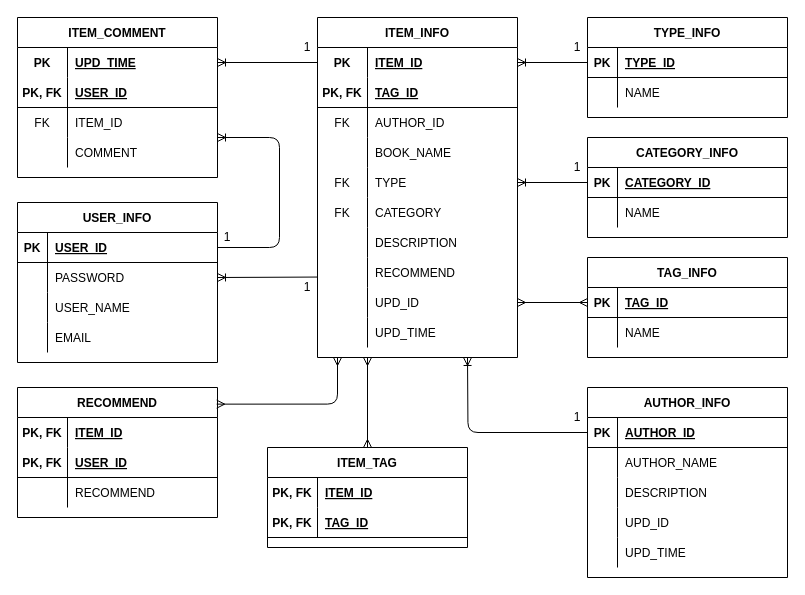
Earlier version of the draw.io diagram ER model.drawio (memorykghs/Recommend-Books-And-Drama). Source tidied: cells renumbered, new cells numbered last; positions are measured from the earlier drawing's top-left corner, leaving out a move shared by most shapes. Both pictures are drawn from the tidied source at 100%, with x=0, y=0 at pixel (17, 17).
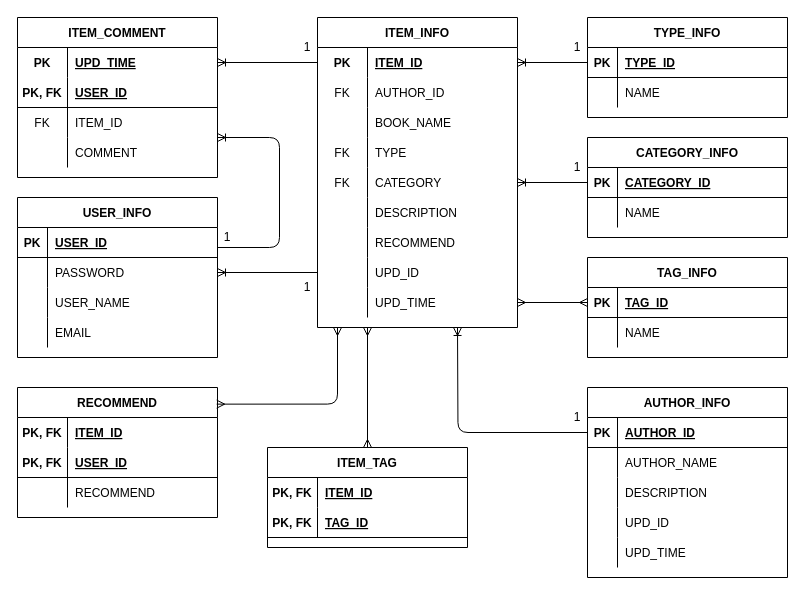
The same page after the edit.

Commit message (it also covers changes not shown here):
20211003 update ER Model and SQL

Unchanged cells that the change refers to:
```xml
<mxCell id="3" style="shape=partialRectangle;fillColor=none;points=[[0,0.5],[1,0.5]];portConstraint=eastwest;top=0;left=0;right=0;bottom=1;" parent="2" vertex="1">
  <mxGeometry y="30" width="200" height="30" as="geometry" />
</mxCell>
<mxCell id="19" style="shape=partialRectangle;fillColor=none;points=[[0,0.5],[1,0.5]];portConstraint=eastwest;top=0;left=0;right=0;bottom=1;" parent="18" vertex="1">
  <mxGeometry y="30" width="200" height="30" as="geometry" />
</mxCell>
<mxCell id="73" style="shape=partialRectangle;fillColor=none;points=[[0,0.5],[1,0.5]];portConstraint=eastwest;top=0;left=0;right=0;bottom=0;" parent="69" vertex="1">
  <mxGeometry y="60" width="200" height="30" as="geometry" />
</mxCell>
<mxCell id="97" style="shape=partialRectangle;fillColor=none;points=[[0,0.5],[1,0.5]];portConstraint=eastwest;top=0;left=0;right=0;bottom=1;" parent="96" vertex="1">
  <mxGeometry y="30" width="200" height="30" as="geometry" />
</mxCell>
<mxCell id="104" value="RECOMMEND" style="shape=table;startSize=30;childLayout=tableLayout;rowLines=0;fontStyle=1;align=center;" parent="1" vertex="1">
  <mxGeometry y="370" width="200" height="130" as="geometry" />
</mxCell>
```

Change to the diagram source:
```diff
@@
     <mxCell id="25" value="ITEM_INFO" style="shape=table;startSize=30;childLayout=tableLayout;rowLines=0;fontStyle=1;align=center;" parent="1" vertex="1">
-      <mxGeometry x="300" width="200" height="340" as="geometry" />
+      <mxGeometry x="300" width="200" height="310" as="geometry" />
     </mxCell>
@@
-    <mxCell id="29" style="shape=partialRectangle;fillColor=none;top=0;left=0;right=0;bottom=1;" parent="25" vertex="1">
-      <mxGeometry y="60" width="200" height="30" as="geometry" />
-    </mxCell>
-    <mxCell id="30" value="PK, FK" style="shape=partialRectangle;overflow=hidden;fillColor=none;top=0;left=0;bottom=0;right=0;fontStyle=1;" parent="29" vertex="1">
-      <mxGeometry width="50" height="30" as="geometry" />
-    </mxCell>
-    <mxCell id="31" value="TAG_ID" style="shape=partialRectangle;overflow=hidden;fillColor=none;top=0;left=0;bottom=0;right=0;align=left;spacingLeft=6;fontStyle=5;" parent="29" vertex="1">
-      <mxGeometry x="50" width="150" height="30" as="geometry" />
-    </mxCell>
     <mxCell id="32" style="shape=partialRectangle;fillColor=none;top=0;left=0;right=0;bottom=0;" parent="25" vertex="1">
-      <mxGeometry y="90" width="200" height="30" as="geometry" />
+      <mxGeometry y="60" width="200" height="30" as="geometry" />
     </mxCell>
@@
     <mxCell id="35" style="shape=partialRectangle;fillColor=none;top=0;left=0;right=0;bottom=0;" parent="25" vertex="1">
-      <mxGeometry y="120" width="200" height="30" as="geometry" />
+      <mxGeometry y="90" width="200" height="30" as="geometry" />
     </mxCell>
@@
     <mxCell id="38" style="shape=partialRectangle;fillColor=none;points=[[0,0.5],[1,0.5]];portConstraint=eastwest;top=0;left=0;right=0;bottom=0;" parent="25" vertex="1">
-      <mxGeometry y="150" width="200" height="30" as="geometry" />
+      <mxGeometry y="120" width="200" height="30" as="geometry" />
     </mxCell>
@@
     <mxCell id="41" style="shape=partialRectangle;fillColor=none;points=[[0,0.5],[1,0.5]];portConstraint=eastwest;top=0;left=0;right=0;bottom=0;" parent="25" vertex="1">
-      <mxGeometry y="180" width="200" height="30" as="geometry" />
+      <mxGeometry y="150" width="200" height="30" as="geometry" />
     </mxCell>
@@
     <mxCell id="44" style="shape=partialRectangle;fillColor=none;top=0;left=0;right=0;bottom=0;" parent="25" vertex="1">
-      <mxGeometry y="210" width="200" height="30" as="geometry" />
+      <mxGeometry y="180" width="200" height="30" as="geometry" />
     </mxCell>
@@
     <mxCell id="47" style="shape=partialRectangle;fillColor=none;points=[[0,0.5],[1,0.5]];portConstraint=eastwest;top=0;left=0;right=0;bottom=0;" parent="25" vertex="1">
-      <mxGeometry y="240" width="200" height="30" as="geometry" />
+      <mxGeometry y="210" width="200" height="30" as="geometry" />
     </mxCell>
@@
     <mxCell id="50" style="shape=partialRectangle;fillColor=none;points=[[0,0.5],[1,0.5]];portConstraint=eastwest;top=0;left=0;right=0;bottom=0;" parent="25" vertex="1">
-      <mxGeometry y="270" width="200" height="30" as="geometry" />
+      <mxGeometry y="240" width="200" height="30" as="geometry" />
     </mxCell>
@@
     <mxCell id="53" style="shape=partialRectangle;fillColor=none;points=[[0,0.5],[1,0.5]];portConstraint=eastwest;top=0;left=0;right=0;bottom=0;" parent="25" vertex="1">
-      <mxGeometry y="300" width="200" height="30" as="geometry" />
+      <mxGeometry y="270" width="200" height="30" as="geometry" />
     </mxCell>
@@
     <mxCell id="69" value="USER_INFO" style="shape=table;startSize=30;childLayout=tableLayout;rowLines=0;fontStyle=1;align=center;" parent="1" vertex="1">
-      <mxGeometry y="185" width="200" height="160" as="geometry" />
+      <mxGeometry y="180" width="200" height="160" as="geometry" />
     </mxCell>
@@
-    <mxCell id="103" style="fontSize=12;html=1;endArrow=ERoneToMany;exitX=0.001;exitY=0.652;exitDx=0;exitDy=0;entryX=1;entryY=0.5;entryDx=0;entryDy=0;exitPerimeter=0;" parent="1" edge="1" source="47" target="73">
+    <mxCell id="103" style="fontSize=12;html=1;endArrow=ERoneToMany;exitX=0;exitY=0.5;exitDx=0;exitDy=0;entryX=1;entryY=0.5;entryDx=0;entryDy=0;" parent="1" edge="1" source="50" target="73">
       <mxGeometry relative="1" as="geometry" />
     </mxCell>
@@
-    <mxCell id="115" style="fontSize=12;html=1;endArrow=ERoneToMany;exitX=0;exitY=0.5;exitDx=0;exitDy=0;entryX=1;entryY=0.5;entryDx=0;entryDy=0;" parent="1" edge="1" source="97" target="38">
+    <mxCell id="115" style="fontSize=12;html=1;endArrow=ERoneToMany;exitX=0;exitY=0.5;exitDx=0;exitDy=0;entryX=1;entryY=0.5;entryDx=0;entryDy=0;" parent="1" edge="1" source="97" target="41">
       <mxGeometry relative="1" as="geometry" />
     </mxCell>
-    <mxCell id="116" style="fontSize=12;html=1;endArrow=ERmany;startArrow=ERmany;entryX=0;entryY=0.5;entryDx=0;entryDy=0;" parent="1" edge="1" source="50" target="19">
+    <mxCell id="116" style="fontSize=12;html=1;endArrow=ERmany;startArrow=ERmany;entryX=0;entryY=0.5;entryDx=0;entryDy=0;exitX=1;exitY=0.5;exitDx=0;exitDy=0;" parent="1" edge="1" source="53" target="19">
       <mxGeometry relative="1" as="geometry" />
     </mxCell>
     <mxCell id="117" style="edgeStyle=orthogonalEdgeStyle;fontSize=12;html=1;endArrow=ERoneToMany;exitX=0;exitY=0.5;exitDx=0;exitDy=0;" parent="1" edge="1" source="3">
       <mxGeometry relative="1" as="geometry">
-        <mxPoint x="450" y="340" as="targetPoint" />
+        <mxPoint x="440" y="310" as="targetPoint" />
       </mxGeometry>
     </mxCell>
@@
     <mxCell id="127" style="fontSize=12;html=1;endArrow=ERmany;startArrow=ERmany;entryX=0.996;entryY=0.128;entryDx=0;entryDy=0;edgeStyle=orthogonalEdgeStyle;entryPerimeter=0;" parent="1" edge="1" target="104">
       <mxGeometry relative="1" as="geometry">
-        <mxPoint x="320" y="340" as="sourcePoint" />
+        <mxPoint x="320" y="310" as="sourcePoint" />
         <Array as="points">
           <mxPoint x="320" y="387" />
         </Array>
       </mxGeometry>
     </mxCell>
```
